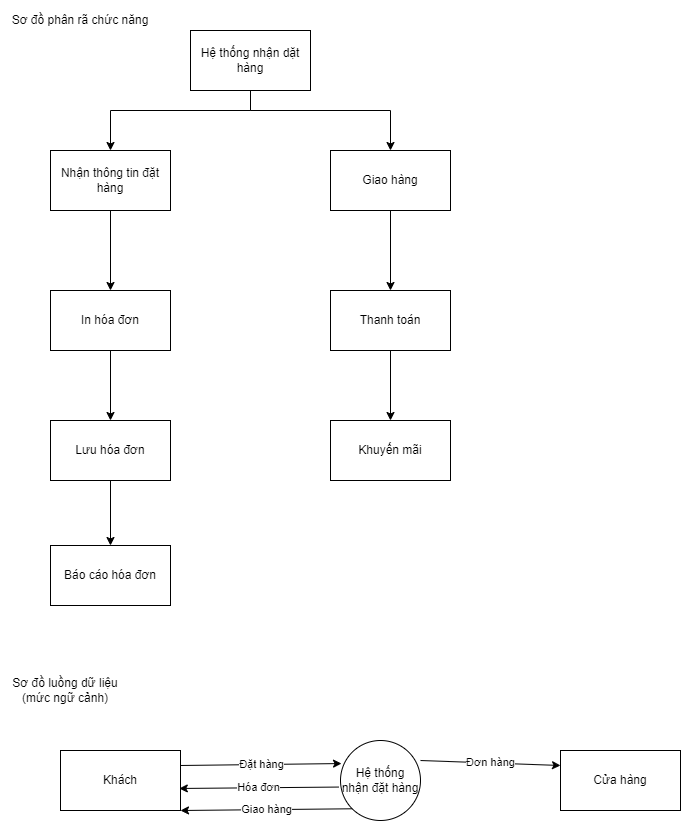
The draw.io diagram DFD3.png in InfiniteByte1811/branch1, before a commit. Source tidied: cells renumbered, new cells last; positions are measured from the earlier drawing's top-left corner, leaving out a move shared by most shapes.
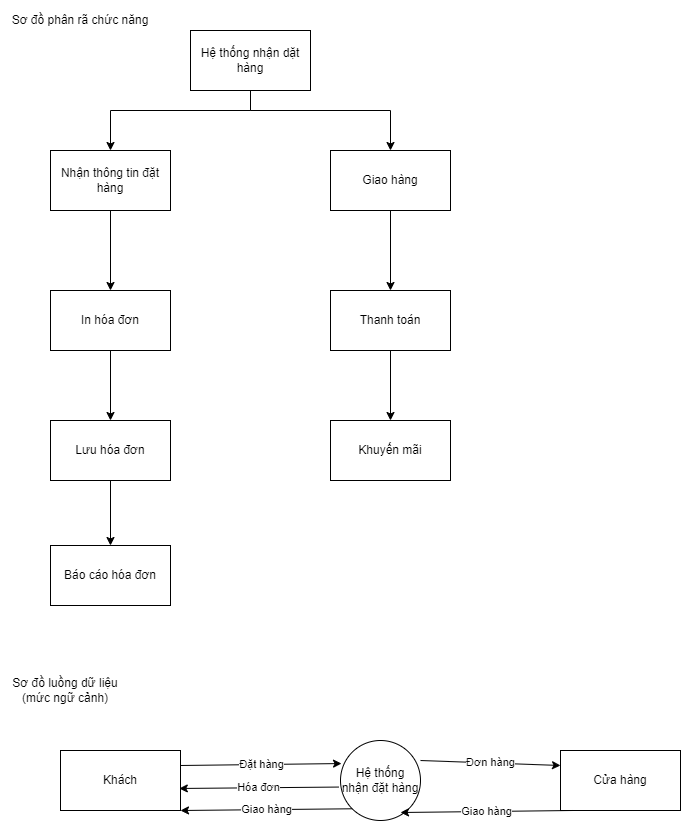
Later version of the same file.

Commit message:
Cập nhật DFD3.png

What changed in the source:
```diff
@@ -89,5 +89,11 @@
     <mxCell id="25" value="Báo cáo hóa đơn" style="rounded=0;whiteSpace=wrap;html=1;" parent="1" vertex="1">
       <mxGeometry x="50" y="545" width="120" height="60" as="geometry" />
     </mxCell>
+    <mxCell id="26" value="Giao hàng" style="endArrow=classic;html=1;rounded=0;entryX=1;entryY=1;entryDx=0;entryDy=0;exitX=0;exitY=1;exitDx=0;exitDy=0;" parent="1" edge="1">
+      <mxGeometry relative="1" as="geometry">
+        <mxPoint x="572" y="810" as="sourcePoint" />
+        <mxPoint x="400" y="812" as="targetPoint" />
+      </mxGeometry>
+    </mxCell>
   </root>
 </mxGraphModel>
```
